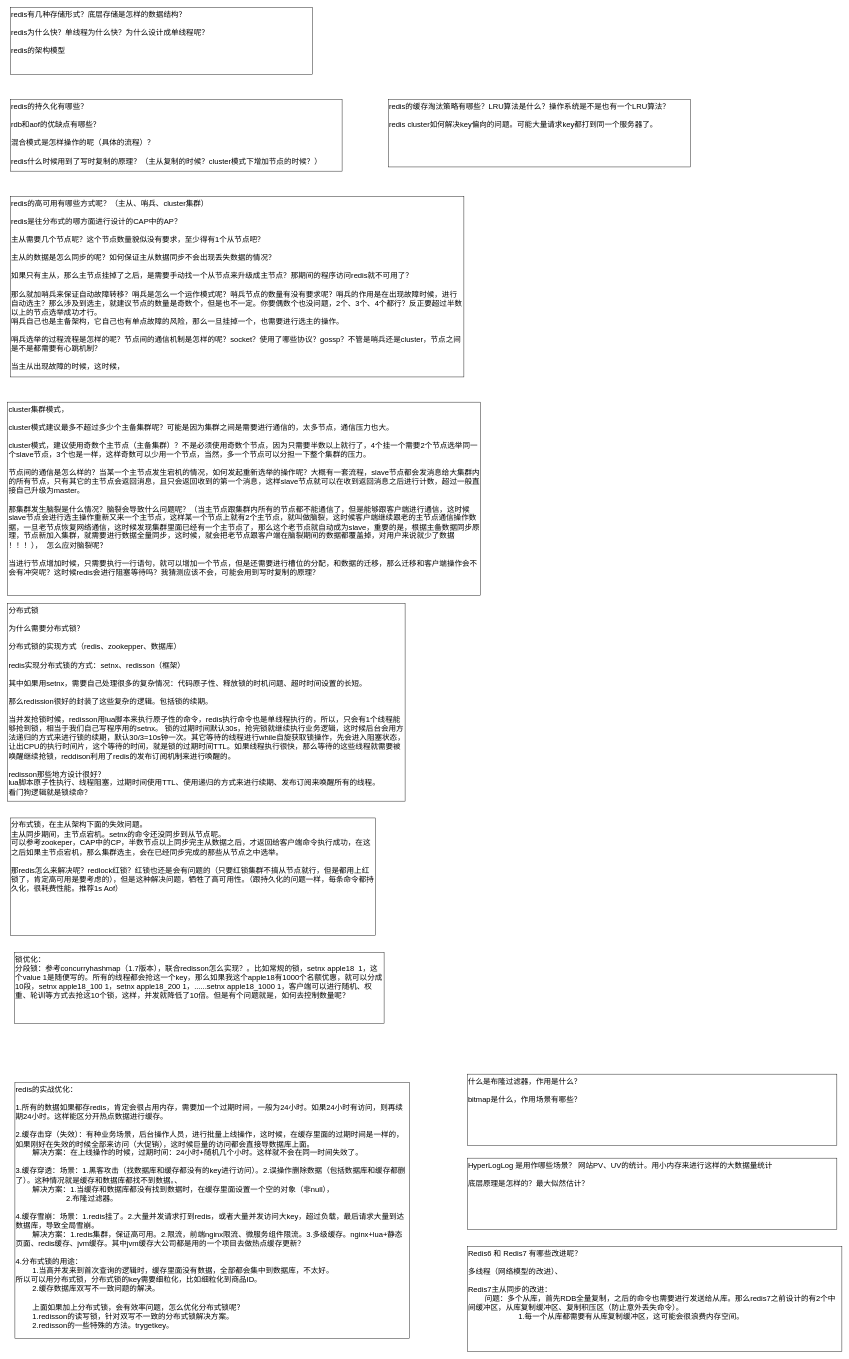
This is JAVA/Redis.drawio from KGwolf/MyDraw, a draw.io file, before an edit. Source tidied: cells renumbered, new cells numbered last; positions are measured from the earlier drawing's top-left corner, leaving out a move shared by most shapes. Both pictures are drawn from the tidied source at 42%, with x=0, y=0 at pixel (8, 7).
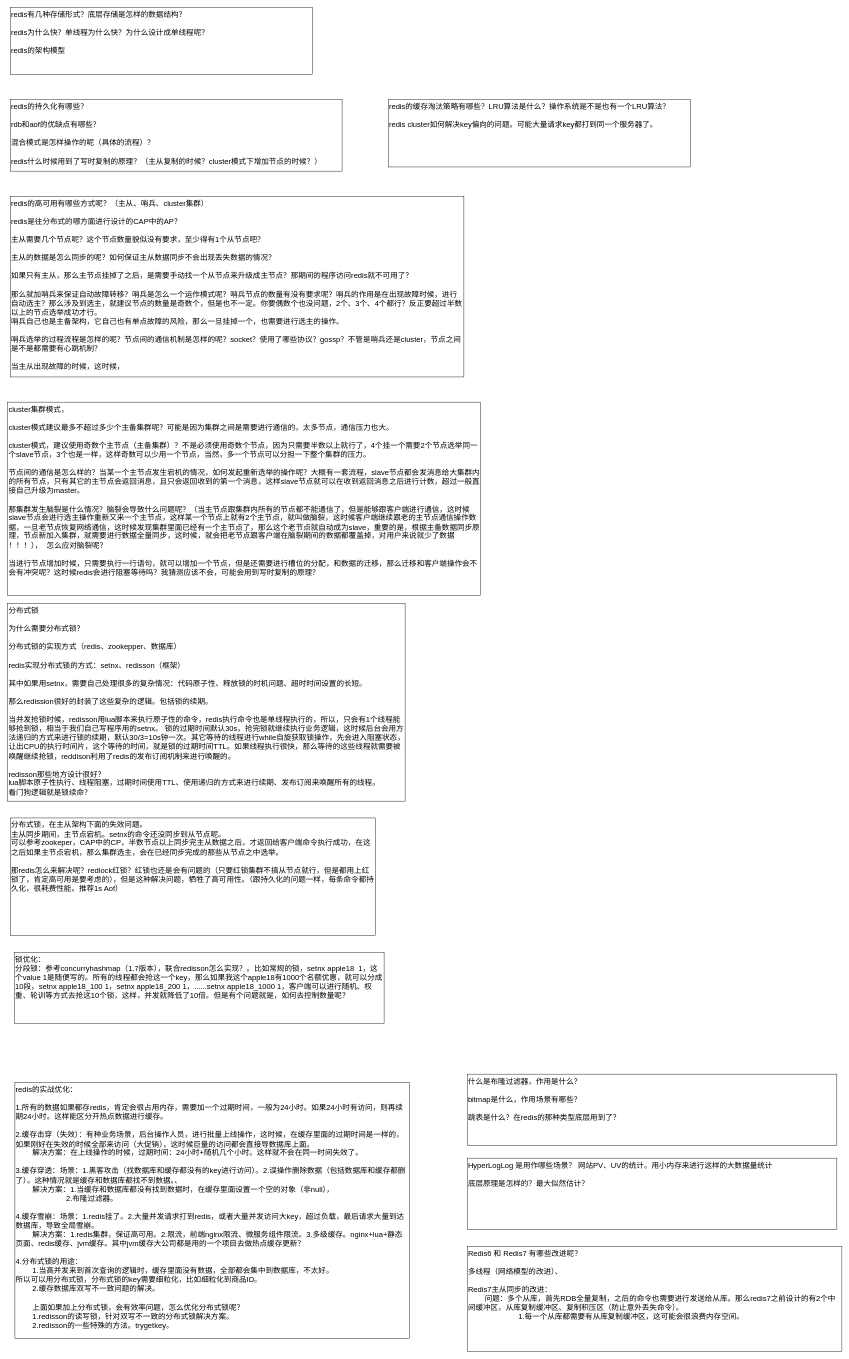
The same diagram, later.

Change to the diagram source:
```diff
@@
 <mxGraphModel>
   <root>
     <mxCell id="0" />
     <mxCell id="1" parent="0" />
     <mxCell id="2" value="redis有几种存储形式？底层存储是怎样的数据结构？&lt;br&gt;&lt;br&gt;redis为什么快？单线程为什么快？为什么设计成单线程呢？&lt;br&gt;&lt;br&gt;redis的架构模型" style="rounded=0;whiteSpace=wrap;html=1;fontSize=18;align=left;verticalAlign=top;" parent="1" vertex="1">
       <mxGeometry x="6" width="720" height="160" as="geometry" />
     </mxCell>
     <mxCell id="3" value="redis的持久化有哪些？&lt;br&gt;&lt;br&gt;rdb和aof的优缺点有哪些？&lt;br&gt;&lt;br&gt;混合模式是怎样操作的呢（具体的流程）？&lt;br&gt;&lt;br&gt;redis什么时候用到了写时复制的原理？（主从复制的时候？cluster模式下增加节点的时候？）" style="rounded=0;whiteSpace=wrap;html=1;fontSize=18;align=left;verticalAlign=top;" parent="1" vertex="1">
       <mxGeometry x="6" y="220" width="790" height="170" as="geometry" />
     </mxCell>
     <mxCell id="4" value="redis的高可用有哪些方式呢？（主从、哨兵、cluster集群）&lt;br&gt;&lt;br&gt;redis是往分布式的哪方面进行设计的CAP中的AP？&lt;br&gt;&lt;br&gt;主从需要几个节点呢？这个节点数量貌似没有要求，至少得有1个从节点吧？&lt;br&gt;&lt;br&gt;主从的数据是怎么同步的呢？如何保证主从数据同步不会出现丢失数据的情况？&lt;br&gt;&lt;br&gt;如果只有主从，那么主节点挂掉了之后，是需要手动找一个从节点来升级成主节点？那期间的程序访问redis就不可用了？&lt;br&gt;&lt;br&gt;那么就加哨兵来保证自动故障转移？哨兵是怎么一个运作模式呢？哨兵节点的数量有没有要求呢？哨兵的作用是在出现故障时候，进行自动选主？那么涉及到选主，就建议节点的数量是奇数个，但是也不一定。你要偶数个也没问题，2个、3个、4个都行？反正要超过半数以上的节点选举成功才行。&lt;br&gt;哨兵自己也是主备架构，它自己也有单点故障的风险，那么一旦挂掉一个，也需要进行选主的操作。&lt;br&gt;&lt;br&gt;哨兵选举的过程流程是怎样的呢？节点间的通信机制是怎样的呢？socket？使用了哪些协议？gossp？不管是哨兵还是cluster，节点之间是不是都需要有心跳机制？&lt;br&gt;&lt;br&gt;当主从出现故障的时候，这时候，" style="rounded=0;whiteSpace=wrap;html=1;fontSize=18;align=left;verticalAlign=top;" parent="1" vertex="1">
       <mxGeometry x="6" y="450" width="1080" height="430" as="geometry" />
     </mxCell>
     <mxCell id="5" value="redis的缓存淘汰策略有哪些？LRU算法是什么？操作系统是不是也有一个LRU算法？&lt;br&gt;&lt;br&gt;redis cluster如何解决key偏向的问题。可能大量请求key都打到同一个服务器了。" style="rounded=0;whiteSpace=wrap;html=1;fontSize=18;align=left;verticalAlign=top;" parent="1" vertex="1">
       <mxGeometry x="906" y="220" width="720" height="160" as="geometry" />
     </mxCell>
     <mxCell id="6" value="cluster集群模式，&lt;br&gt;&lt;br&gt;cluster模式建议最多不超过多少个主备集群呢？可能是因为集群之间是需要进行通信的，太多节点，通信压力也大。&lt;br&gt;&lt;br&gt;cluster模式，建议使用奇数个主节点（主备集群）？不是必须使用奇数个节点，因为只需要半数以上就行了，4个挂一个需要2个节点选举同一个slave节点，3个也是一样，这样奇数可以少用一个节点，当然，多一个节点可以分担一下整个集群的压力。&lt;br&gt;&lt;br&gt;节点间的通信是怎么样的？当某一个主节点发生宕机的情况，如何发起重新选举的操作呢？大概有一套流程，slave节点都会发消息给大集群内的所有节点，只有其它的主节点会返回消息，且只会返回收到的第一个消息，这样slave节点就可以在收到返回消息之后进行计数，超过一般直接自己升级为master。&lt;br&gt;&lt;br&gt;那集群发生脑裂是什么情况？脑裂会导致什么问题呢？（当主节点跟集群内所有的节点都不能通信了，但是能够跟客户端进行通信，这时候slave节点会进行选主操作重新又来一个主节点，这样某一个节点上就有2个主节点，就叫做脑裂，这时候客户端继续跟老的主节点通信操作数据，一旦老节点恢复网络通信，这时候发现集群里面已经有一个主节点了，那么这个老节点就自动成为slave，重要的是，根据主备数据同步原理，节点新加入集群，就需要进行数据全量同步，这时候，就会把老节点跟客户端在脑裂期间的数据都覆盖掉，对用户来说就少了数据&lt;br&gt;！！！），&amp;nbsp; 怎么应对脑裂呢？&lt;br&gt;&lt;br&gt;当进行节点增加时候，只需要执行一行语句，就可以增加一个节点，但是还需要进行槽位的分配，和数据的迁移，那么迁移和客户端操作会不会有冲突呢？这时候redis会进行阻塞等待吗？我猜测应该不会，可能会用到写时复制的原理？" style="rounded=0;whiteSpace=wrap;html=1;fontSize=18;align=left;verticalAlign=top;" parent="1" vertex="1">
       <mxGeometry x="-0.5" y="940" width="1126.5" height="460" as="geometry" />
     </mxCell>
     <mxCell id="7" value="分布式锁&lt;br&gt;&lt;br&gt;为什么需要分布式锁？&lt;br&gt;&lt;br&gt;分布式锁的实现方式（redis、zookepper、数据库）&lt;br&gt;&lt;br&gt;redis实现分布式锁的方式：setnx、redisson（框架）&lt;br&gt;&lt;br&gt;其中如果用setnx，需要自己处理很多的复杂情况：代码原子性、释放锁的时机问题、超时时间设置的长短。&lt;br&gt;&lt;br&gt;那么redission很好的封装了这些复杂的逻辑。包括锁的续期。&lt;br&gt;&lt;br&gt;当并发抢锁时候，redisson用lua脚本来执行原子性的命令，redis执行命令也是单线程执行的，所以，只会有1个线程能够抢到锁，相当于我们自己写程序用的setnx。 锁的过期时间默认30s，抢完锁就继续执行业务逻辑，这时候后台会用方法递归的方式来进行锁的续期，默认30/3=10s钟一次。其它等待的线程进行while自旋获取锁操作，先会进入阻塞状态，让出CPU的执行时间片，这个等待的时间，就是锁的过期时间TTL。如果线程执行很快，那么等待的这些线程就需要被唤醒继续抢锁，reddison利用了redis的发布订阅机制来进行唤醒的。&lt;br&gt;&lt;br&gt;redisson那些地方设计很好？&lt;br&gt;lua脚本原子性执行、线程阻塞，过期时间使用TTL、使用递归的方式来进行续期、发布订阅来唤醒所有的线程。&lt;br&gt;看门狗逻辑就是锁续命？" style="rounded=0;whiteSpace=wrap;html=1;fontSize=18;align=left;verticalAlign=top;" parent="1" vertex="1">
       <mxGeometry x="-0.5" y="1420" width="946.5" height="470" as="geometry" />
     </mxCell>
     <mxCell id="8" value="分布式锁，在主从架构下面的失效问题。&lt;br&gt;主从同步期间，主节点宕机。setnx的命令还没同步到从节点呢。&lt;br&gt;可以参考zookeper，CAP中的CP，半数节点以上同步完主从数据之后，才返回给客户端命令执行成功，在这之后如果主节点宕机，那么集群选主，会在已经同步完成的那些从节点之中选举。&lt;br&gt;&lt;br&gt;那redis怎么来解决呢？redlock红锁？红锁也还是会有问题的（只要红锁集群不搞从节点就行，但是都用上红锁了，肯定高可用是要考虑的），但是这种解决问题，牺牲了高可用性。（跟持久化的问题一样，每条命令都持久化，很耗费性能。推荐1s Aof）" style="rounded=0;whiteSpace=wrap;html=1;fontSize=18;align=left;verticalAlign=top;" parent="1" vertex="1">
       <mxGeometry x="6" y="1930" width="870" height="280" as="geometry" />
     </mxCell>
     <mxCell id="9" value="锁优化：&lt;br&gt;分段锁：参考concurryhashmap（1.7版本），联合redisson怎么实现？。比如常规的锁，setnx apple18&amp;nbsp; 1，这个value 1是随便写的。所有的线程都会抢这一个key，那么如果我这个apple18有1000个名额优惠，就可以分成10段，setnx apple18_100 1，setnx apple18_200 1，......setnx apple18_1000 1，客户端可以进行随机、权重、轮训等方式去抢这10个锁，这样，并发就降低了10倍。但是有个问题就是，如何去控制数量呢？" style="rounded=0;whiteSpace=wrap;html=1;fontSize=18;align=left;verticalAlign=top;" parent="1" vertex="1">
       <mxGeometry x="16" y="2250" width="880" height="170" as="geometry" />
     </mxCell>
     <mxCell id="10" value="redis的实战优化：&lt;br&gt;&lt;br&gt;1.所有的数据如果都存redis，肯定会很占用内存，需要加一个过期时间，一般为24小时。如果24小时有访问，则再续期24小时。这样能区分开热点数据进行缓存。&lt;br&gt;&lt;br&gt;2.缓存击穿（失效）：有种业务场景，后台操作人员，进行批量上线操作，这时候，在缓存里面的过期时间是一样的，如果刚好在失效的时候全部来访问（大促销），这时候巨量的访问都会直接导数据库上面。&lt;br&gt;&lt;span style=&quot;white-space: pre;&quot;&gt;&#9;&lt;/span&gt;解决方案：在上线操作的时候，过期时间：24小时+随机几个小时。这样就不会在同一时间失效了。&lt;br&gt;&lt;br&gt;3.缓存穿透：场景：1.黑客攻击（找数据库和缓存都没有的key进行访问）。2.误操作删除数据（包括数据库和缓存都删了）。这种情况就是缓存和数据库都找不到数据。、&lt;br&gt;&lt;span style=&quot;white-space: pre;&quot;&gt;&#9;&lt;/span&gt;解决方案：1.当缓存和数据库都没有找到数据时，在缓存里面设置一个空的对象（非null），&lt;br&gt;&lt;span style=&quot;white-space: pre;&quot;&gt;&#9;&lt;/span&gt;&lt;span style=&quot;white-space: pre;&quot;&gt;&#9;&lt;/span&gt;&lt;span style=&quot;white-space: pre;&quot;&gt;&#9;&lt;/span&gt;2.布隆过滤器。&lt;br&gt;&lt;br&gt;4.缓存雪崩：场景：1.redis挂了。2.大量并发请求打到redis，或者大量并发访问大key，超过负载，最后请求大量到达数据库，导致全局雪崩。&lt;br&gt;&lt;span style=&quot;white-space: pre;&quot;&gt;&#9;&lt;/span&gt;解决方案：1.redis集群，保证高可用。2.限流，前端nginx限流、微服务组件限流。3.多级缓存。nginx+lua+静态页面、redis缓存、jvm缓存。其中jvm缓存大公司都是用的一个项目去做热点缓存更新？&lt;br&gt;&lt;br&gt;4.分布式锁的用途：&lt;br&gt;&lt;span style=&quot;white-space: pre;&quot;&gt;&#9;&lt;/span&gt;1.当高并发来到首次查询的逻辑时，缓存里面没有数据，全部都会集中到数据库，不太好。&lt;br&gt;所以可以用分布式锁，分布式锁的key需要细粒化，比如细粒化到商品ID。&lt;br&gt;&lt;span style=&quot;white-space: pre;&quot;&gt;&#9;&lt;/span&gt;2.缓存数据库双写不一致问题的解决。&lt;br&gt;&lt;br&gt;&lt;span style=&quot;white-space: pre;&quot;&gt;&#9;&lt;/span&gt;上面如果加上分布式锁，会有效率问题，怎么优化分布式锁呢？&lt;br&gt;&lt;span style=&quot;white-space: pre;&quot;&gt;&#9;&lt;/span&gt;1.redisson的读写锁，针对双写不一致的分布式锁解决方案。&lt;br&gt;&lt;span style=&quot;white-space: pre;&quot;&gt;&#9;&lt;/span&gt;2.redisson的一些特殊的方法。trygetkey。" style="rounded=0;whiteSpace=wrap;html=1;fontSize=18;align=left;verticalAlign=top;" parent="1" vertex="1">
       <mxGeometry x="17" y="2560" width="939" height="610" as="geometry" />
     </mxCell>
-    <mxCell id="11" value="什么是布隆过滤器，作用是什么？&lt;br&gt;&lt;br&gt;bitmap是什么，作用场景有哪些？&lt;br&gt;" style="rounded=0;whiteSpace=wrap;html=1;fontSize=18;align=left;verticalAlign=top;" parent="1" vertex="1">
+    <mxCell id="11" value="什么是布隆过滤器，作用是什么？&lt;br&gt;&lt;br&gt;bitmap是什么，作用场景有哪些？&lt;br&gt;&lt;br&gt;跳表是什么？在redis的那种类型底层用到了？" style="rounded=0;whiteSpace=wrap;html=1;fontSize=18;align=left;verticalAlign=top;" parent="1" vertex="1">
       <mxGeometry x="1094" y="2540" width="880" height="170" as="geometry" />
     </mxCell>
     <mxCell id="12" value="HyperLogLog 是用作哪些场景？ 网站PV、UV的统计。用小内存来进行这样的大数据量统计&lt;br&gt;&lt;br&gt;底层原理是怎样的？最大似然估计？" style="rounded=0;whiteSpace=wrap;html=1;fontSize=18;align=left;verticalAlign=top;" parent="1" vertex="1">
       <mxGeometry x="1094" y="2740" width="880" height="170" as="geometry" />
     </mxCell>
     <mxCell id="13" value="Redis6 和 Redis7 有哪些改进呢？&lt;br&gt;&lt;br&gt;多线程（网络模型的改进）、&lt;br&gt;&lt;br&gt;Redis7主从同步的改进：&lt;br&gt;&lt;span style=&quot;white-space: pre;&quot;&gt;&#9;&lt;/span&gt;问题：多个从库，首先RDB全量复制，之后的命令也需要进行发送给从库。那么redis7之前设计的有2个中间缓冲区，从库复制缓冲区、复制积压区（防止意外丢失命令）。&lt;br&gt;&lt;span style=&quot;white-space: pre;&quot;&gt;&#9;&lt;/span&gt;&lt;span style=&quot;white-space: pre;&quot;&gt;&#9;&lt;/span&gt;&lt;span style=&quot;white-space: pre;&quot;&gt;&#9;&lt;/span&gt;1.每一个从库都需要有从库复制缓冲区，这可能会很浪费内存空间。" style="rounded=0;whiteSpace=wrap;html=1;fontSize=18;align=left;verticalAlign=top;" parent="1" vertex="1">
       <mxGeometry x="1094" y="2950" width="892" height="250" as="geometry" />
     </mxCell>
   </root>
 </mxGraphModel>
```
